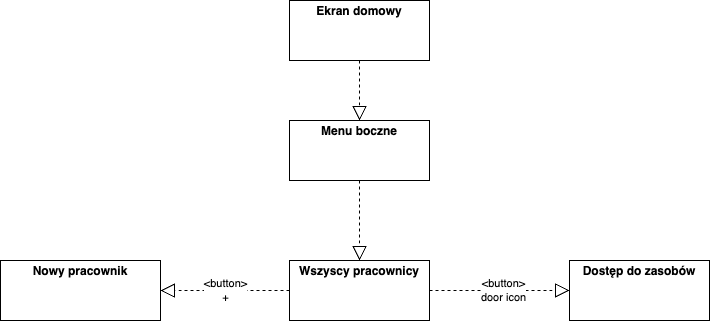
Earlier version of the draw.io export 1/images/navigation-maps/bussiness-client.png (wrzchwc/software-system-design). Source tidied: cells renumbered, new cells last; positions are measured from the earlier drawing's top-left corner, leaving out a move shared by most shapes.
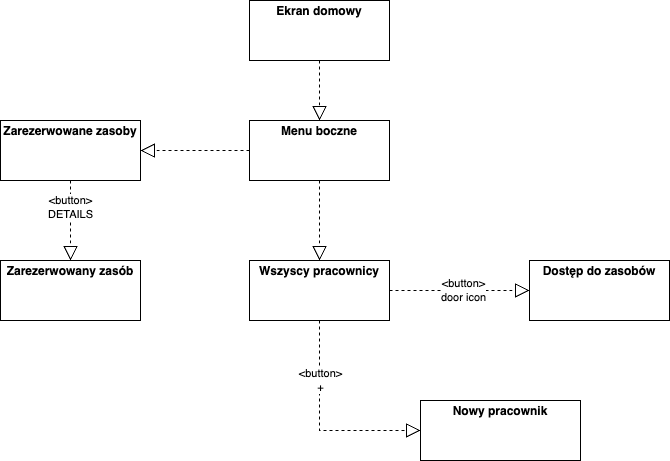
Above is the later version.

Diff of the diagram source:
```diff
@@ -12,7 +12,7 @@
       <mxGeometry x="289" y="260" width="140" height="60" as="geometry" />
     </mxCell>
     <mxCell id="5" value="&lt;p style=&quot;margin:0px;margin-top:4px;text-align:center;&quot;&gt;&lt;b&gt;Nowy pracownik&lt;/b&gt;&lt;/p&gt;" style="verticalAlign=top;align=left;overflow=fill;html=1;whiteSpace=wrap;" parent="1" vertex="1">
-      <mxGeometry y="260" width="160" height="60" as="geometry" />
+      <mxGeometry x="460" y="400" width="160" height="60" as="geometry" />
     </mxCell>
     <mxCell id="6" value="&lt;p style=&quot;margin:0px;margin-top:4px;text-align:center;&quot;&gt;&lt;b&gt;Ekran domowy&lt;/b&gt;&lt;/p&gt;" style="verticalAlign=top;align=left;overflow=fill;html=1;whiteSpace=wrap;" parent="1" vertex="1">
       <mxGeometry x="289" width="140" height="60" as="geometry" />
@@ -20,8 +20,8 @@
     <mxCell id="7" style="endArrow=block;dashed=1;endFill=0;endSize=12;html=1;rounded=0;exitX=0.5;exitY=1;exitDx=0;exitDy=0;entryX=0.5;entryY=0;entryDx=0;entryDy=0;" parent="1" edge="1" source="6" target="3">
       <mxGeometry relative="1" as="geometry" />
     </mxCell>
-    <mxCell id="8" value="&amp;lt;button&amp;gt;&lt;br&gt;+" style="endArrow=block;dashed=1;endFill=0;endSize=12;html=1;rounded=0;exitX=0;exitY=0.5;exitDx=0;exitDy=0;entryX=1;entryY=0.5;entryDx=0;entryDy=0;" parent="1" edge="1" source="4" target="5">
-      <mxGeometry relative="1" as="geometry" />
+    <mxCell id="8" value="&amp;lt;button&amp;gt;&lt;br&gt;+" style="endArrow=block;dashed=1;endFill=0;endSize=12;html=1;rounded=0;exitX=0.5;exitY=1;exitDx=0;exitDy=0;entryX=0;entryY=0.5;entryDx=0;entryDy=0;edgeStyle=orthogonalEdgeStyle;" parent="1" edge="1" source="4" target="5">
+      <mxGeometry x="-0.43" y="1" relative="1" as="geometry" />
     </mxCell>
     <mxCell id="9" style="endArrow=block;dashed=1;endFill=0;endSize=12;html=1;rounded=0;exitX=1;exitY=0.5;exitDx=0;exitDy=0;entryX=0;entryY=0.5;entryDx=0;entryDy=0;" parent="1" edge="1" source="4" target="2">
       <mxGeometry relative="1" as="geometry" />
@@ -32,5 +32,20 @@
     <mxCell id="11" style="endArrow=block;dashed=1;endFill=0;endSize=12;html=1;rounded=0;exitX=0.5;exitY=1;exitDx=0;exitDy=0;entryX=0.5;entryY=0;entryDx=0;entryDy=0;" parent="1" edge="1" source="3" target="4">
       <mxGeometry relative="1" as="geometry" />
     </mxCell>
+    <mxCell id="12" value="&lt;p style=&quot;margin:0px;margin-top:4px;text-align:center;&quot;&gt;&lt;b&gt;Zarezerwowane zasoby&lt;/b&gt;&lt;/p&gt;" style="verticalAlign=top;align=left;overflow=fill;html=1;whiteSpace=wrap;" parent="1" vertex="1">
+      <mxGeometry x="40" y="120" width="140" height="60" as="geometry" />
+    </mxCell>
+    <mxCell id="13" value="&lt;p style=&quot;margin:0px;margin-top:4px;text-align:center;&quot;&gt;&lt;b&gt;Zarezerwowany zasób&lt;/b&gt;&lt;/p&gt;" style="verticalAlign=top;align=left;overflow=fill;html=1;whiteSpace=wrap;" parent="1" vertex="1">
+      <mxGeometry x="40" y="260" width="140" height="60" as="geometry" />
+    </mxCell>
+    <mxCell id="14" style="endArrow=block;dashed=1;endFill=0;endSize=12;html=1;rounded=0;exitX=0;exitY=0.5;exitDx=0;exitDy=0;entryX=1;entryY=0.5;entryDx=0;entryDy=0;" parent="1" edge="1" source="3" target="12">
+      <mxGeometry relative="1" as="geometry" />
+    </mxCell>
+    <mxCell id="15" style="endArrow=block;dashed=1;endFill=0;endSize=12;html=1;rounded=0;exitX=0.5;exitY=1;exitDx=0;exitDy=0;entryX=0.5;entryY=0;entryDx=0;entryDy=0;" parent="1" edge="1" source="12" target="13">
+      <mxGeometry relative="1" as="geometry" />
+    </mxCell>
+    <mxCell id="16" value="&amp;lt;button&amp;gt;&lt;br&gt;DETAILS" style="edgeLabel;html=1;align=center;verticalAlign=middle;" parent="15" vertex="1">
+      <mxGeometry x="-0.34" y="-1" relative="1" as="geometry" />
+    </mxCell>
   </root>
 </mxGraphModel>
```
